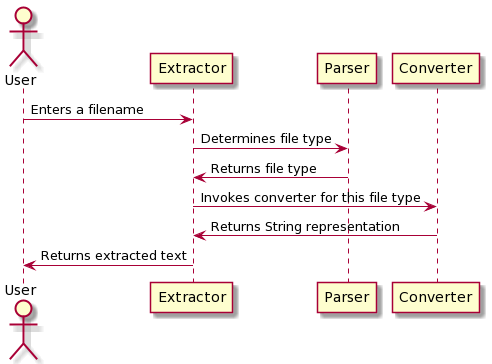
sabinadayanova/text-extractor keeps this PlantUML diagram as dynamicUML.png. Above is the earlier version. Source of this version:
```plantuml
@startuml
actor User
User -> Extractor : Enters a filename
Extractor -> Parser: Determines file type
Parser -> Extractor : Returns file type
Extractor -> Converter : Invokes converter for this file type
Converter -> Extractor : Returns String representation
Extractor -> User : Returns extracted text
@enduml
```
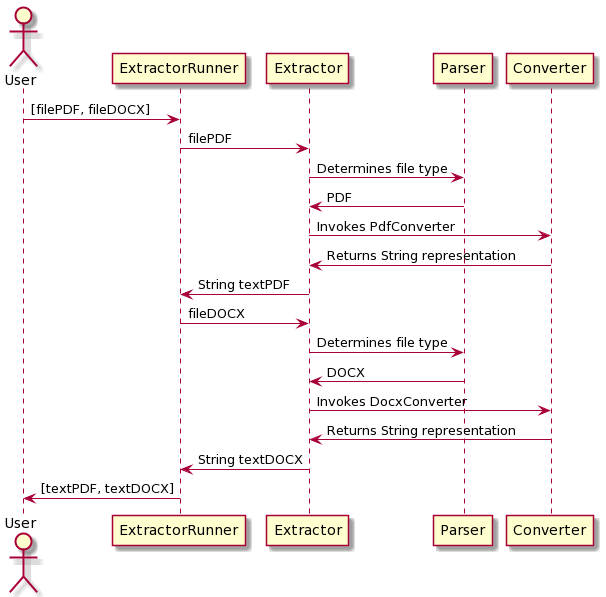
Later version of the same file.

What changed in the source:
```diff
@@ -1,9 +1,17 @@
 @startuml
 actor User
-User -> Extractor : Enters a filename
+User -> ExtractorRunner : [filePDF, fileDOCX]
+ExtractorRunner -> Extractor: filePDF
 Extractor -> Parser: Determines file type
-Parser -> Extractor : Returns file type
-Extractor -> Converter : Invokes converter for this file type
+Parser -> Extractor : PDF
+Extractor -> Converter : Invokes PdfConverter
 Converter -> Extractor : Returns String representation
-Extractor -> User : Returns extracted text
+Extractor -> ExtractorRunner : String textPDF
+ExtractorRunner -> Extractor: fileDOCX
+Extractor -> Parser: Determines file type
+Parser -> Extractor : DOCX
+Extractor -> Converter : Invokes DocxConverter
+Converter -> Extractor : Returns String representation
+Extractor -> ExtractorRunner : String textDOCX
+ExtractorRunner -> User : [textPDF, textDOCX]
 @enduml
```
